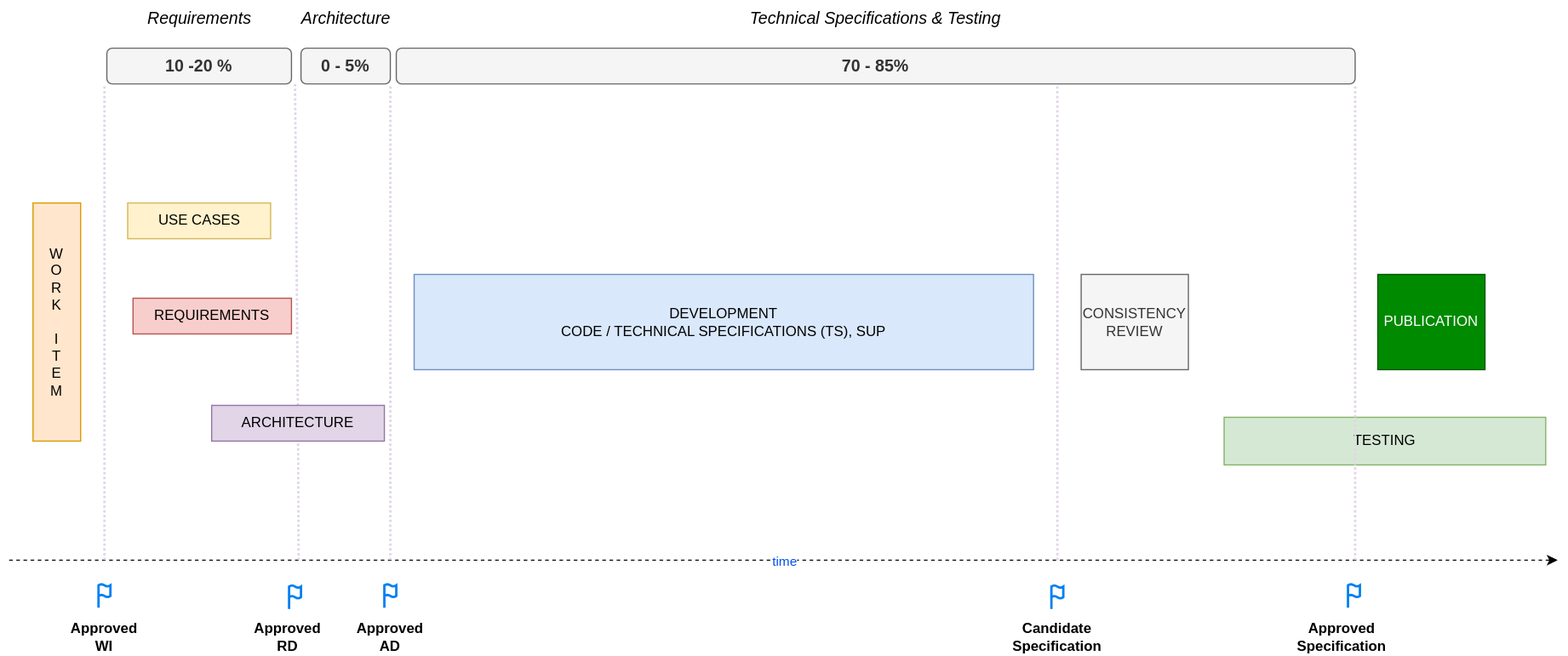
The draw.io diagram images/SpecsLifeCycle.drawio.svg in CommunitySpecification/Community_Specification, before a commit. Source tidied: cells renumbered, new cells last; positions are measured from the earlier drawing's top-left corner, leaving out a move shared by most shapes.
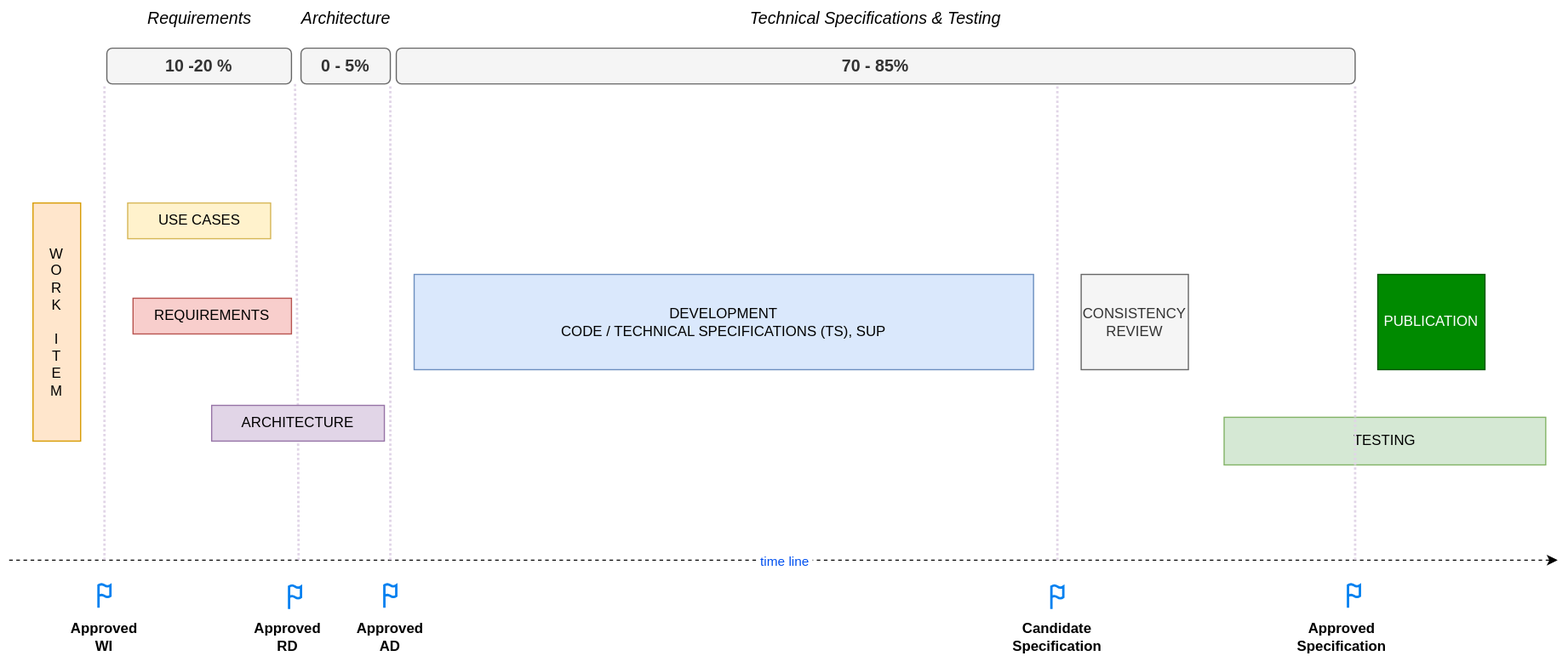
The same diagram one commit later.

Commit message:
update lifecycle diagram

Diff of the diagram source:
```diff
@@ -20,7 +20,7 @@
         <mxPoint x="1300" y="470" as="targetPoint" />
       </mxGeometry>
     </mxCell>
-    <mxCell id="7" value="time" style="edgeLabel;html=1;align=center;verticalAlign=middle;fontColor=#0050EF;" parent="6" vertex="1">
+    <mxCell id="7" value="&amp;nbsp;time line&amp;nbsp;" style="edgeLabel;html=1;align=center;verticalAlign=middle;fontColor=#0050EF;" parent="6" vertex="1">
       <mxGeometry relative="1" as="geometry" />
     </mxCell>
     <mxCell id="8" style="endArrow=none;dashed=1;html=1;dashPattern=1 1;strokeWidth=2;rounded=0;fontColor=#E1D5E7;strokeColor=#E1D5E7;" parent="1" edge="1">
```
